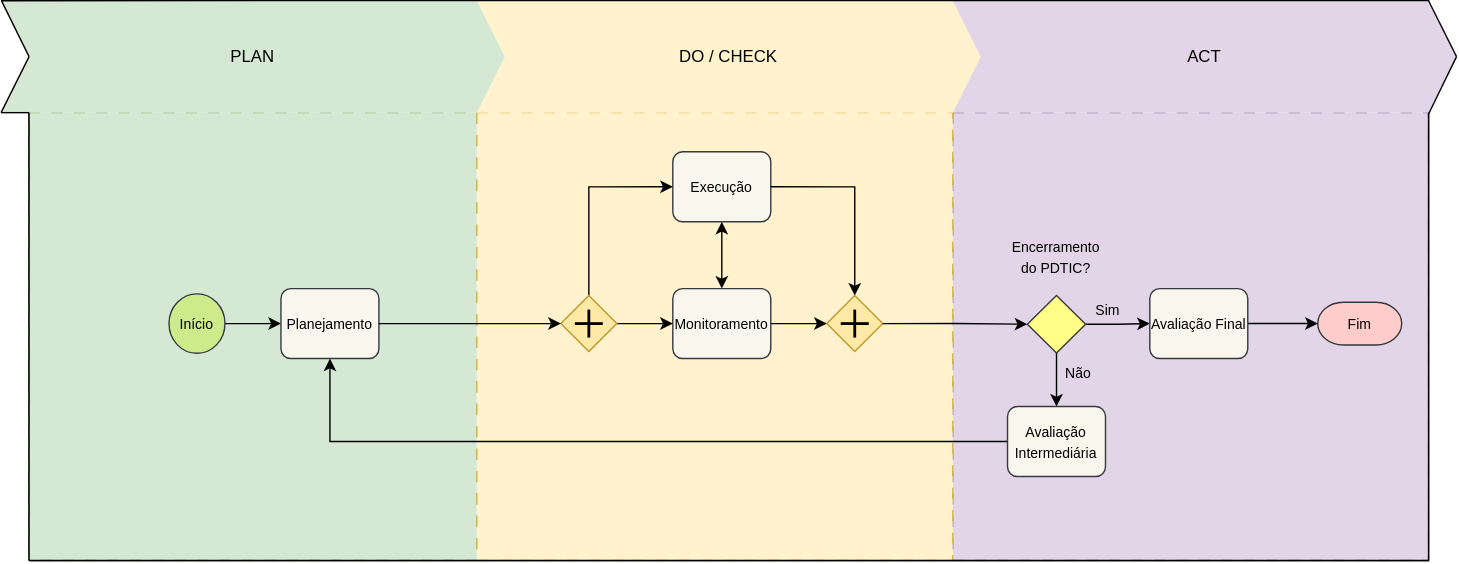
Bariand/diagramas-gestao-ufpel keeps this draw.io diagram as fluxo_acompanhamento.drawio.svg. Above is the earlier version. Source tidied: cells renumbered, new cells last; positions are measured from the earlier drawing's top-left corner, leaving out a move shared by most shapes.
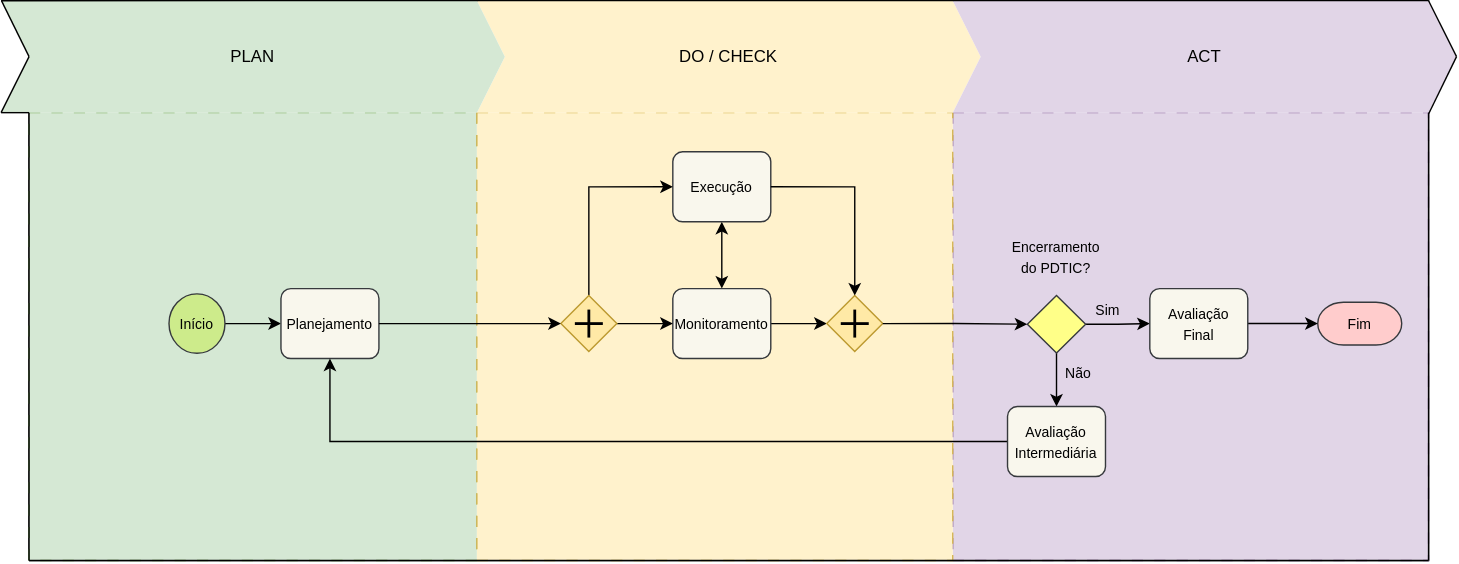
The same diagram one commit later.

Diff of the diagram source:
```diff
@@ -103,7 +103,7 @@
     <mxCell id="30" style="edgeStyle=orthogonalEdgeStyle;rounded=0;jettySize=auto;html=1;" parent="2" edge="1" source="31" target="13">
       <mxGeometry relative="1" as="geometry" />
     </mxCell>
-    <mxCell id="31" value="&lt;font style=&quot;font-size: 10px;&quot;&gt;Avaliação Final&lt;/font&gt;" style="rounded=1;whiteSpace=wrap;html=1;absoluteArcSize=1;arcSize=14;strokeWidth=1;fillColor=#f9f7ed;strokeColor=#36393d;swimlaneLine=1;shadow=0;" parent="2" vertex="1">
+    <mxCell id="31" value="&lt;div&gt;&lt;font style=&quot;font-size: 10px;&quot;&gt;Avaliação&lt;/font&gt;&lt;/div&gt;&lt;div&gt;&lt;font style=&quot;font-size: 10px;&quot;&gt;Final&lt;/font&gt;&lt;/div&gt;" style="rounded=1;whiteSpace=wrap;html=1;absoluteArcSize=1;arcSize=14;strokeWidth=1;fillColor=#f9f7ed;strokeColor=#36393d;swimlaneLine=1;shadow=0;" parent="2" vertex="1">
       <mxGeometry x="800.8" y="205.7" width="70" height="50" as="geometry" />
     </mxCell>
     <mxCell id="32" style="edgeStyle=orthogonalEdgeStyle;rounded=0;jettySize=auto;html=1;entryX=0;entryY=0.5;entryDx=0;entryDy=0;entryPerimeter=0;" parent="2" edge="1" source="9" target="21">
```
